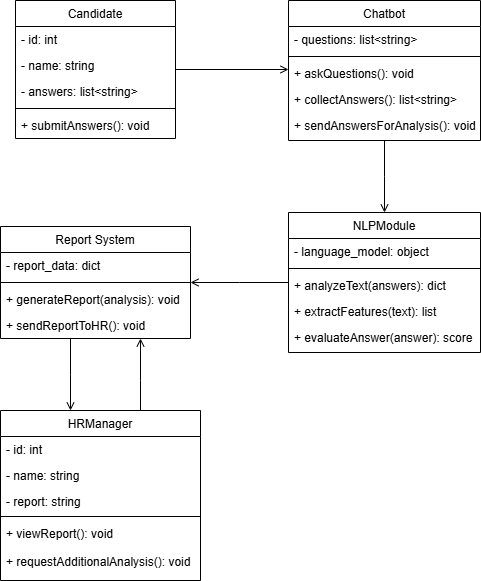
This is Диаграмма классов.drawio.png from Evgeny-Yakovlev73/Diagramms, a draw.io export, as it was before one commit. Source tidied: cells renumbered, new cells last; positions are measured from the earlier drawing's top-left corner, leaving out a move shared by most shapes. Source of this version:
```xml
<mxGraphModel background="#ffffff">
  <root>
    <mxCell id="0" />
    <mxCell id="1" parent="0" />
    <mxCell id="2" value="Candidate" style="swimlane;fontStyle=0;align=center;verticalAlign=top;horizontal=1;startSize=26;rounded=0;shadow=0;strokeWidth=1;" parent="1" vertex="1">
      <mxGeometry x="15" width="160" height="138" as="geometry" />
    </mxCell>
    <mxCell id="3" value="- id: int" style="text;align=left;verticalAlign=top;spacingLeft=4;spacingRight=4;overflow=hidden;" parent="2" vertex="1">
      <mxGeometry y="26" width="160" height="26" as="geometry" />
    </mxCell>
    <mxCell id="4" value="- name: string" style="text;align=left;verticalAlign=top;spacingLeft=4;spacingRight=4;overflow=hidden;rounded=0;shadow=0;html=0;" parent="2" vertex="1">
      <mxGeometry y="52" width="160" height="26" as="geometry" />
    </mxCell>
    <mxCell id="5" value="- answers: list&lt;string&gt;" style="text;align=left;verticalAlign=top;spacingLeft=4;spacingRight=4;overflow=hidden;rounded=0;shadow=0;html=0;" parent="2" vertex="1">
      <mxGeometry y="78" width="160" height="26" as="geometry" />
    </mxCell>
    <mxCell id="6" style="line;html=1;strokeWidth=1;align=left;verticalAlign=middle;spacingTop=-1;spacingLeft=3;spacingRight=3;labelPosition=right;" parent="2" vertex="1">
      <mxGeometry y="104" width="160" height="8" as="geometry" />
    </mxCell>
    <mxCell id="7" value="+ submitAnswers(): void" style="text;align=left;verticalAlign=top;spacingLeft=4;spacingRight=4;overflow=hidden;" parent="2" vertex="1">
      <mxGeometry y="112" width="160" height="26" as="geometry" />
    </mxCell>
    <mxCell id="8" value="Report System" style="swimlane;fontStyle=0;align=center;verticalAlign=top;horizontal=1;startSize=26;rounded=0;shadow=0;strokeWidth=1;" parent="1" vertex="1">
      <mxGeometry y="226" width="190" height="112" as="geometry" />
    </mxCell>
    <mxCell id="9" value="- report_data: dict" style="text;align=left;verticalAlign=top;spacingLeft=4;spacingRight=4;overflow=hidden;" parent="8" vertex="1">
      <mxGeometry y="26" width="190" height="26" as="geometry" />
    </mxCell>
    <mxCell id="10" style="line;html=1;strokeWidth=1;align=left;verticalAlign=middle;spacingTop=-1;spacingLeft=3;spacingRight=3;labelPosition=right;" parent="8" vertex="1">
      <mxGeometry y="52" width="190" height="8" as="geometry" />
    </mxCell>
    <mxCell id="11" value="+ generateReport(analysis): void" style="text;align=left;verticalAlign=top;spacingLeft=4;spacingRight=4;overflow=hidden;fontStyle=0;" parent="8" vertex="1">
      <mxGeometry y="60" width="190" height="26" as="geometry" />
    </mxCell>
    <mxCell id="12" value="+ sendReportToHR(): void" style="text;align=left;verticalAlign=top;spacingLeft=4;spacingRight=4;overflow=hidden;" parent="8" vertex="1">
      <mxGeometry y="86" width="190" height="26" as="geometry" />
    </mxCell>
    <mxCell id="13" value="Chatbot" style="swimlane;fontStyle=0;align=center;verticalAlign=top;horizontal=1;startSize=26;rounded=0;shadow=0;strokeWidth=1;" parent="1" vertex="1">
      <mxGeometry x="288" width="192" height="140" as="geometry" />
    </mxCell>
    <mxCell id="14" value="- questions: list&lt;string&gt;" style="text;align=left;verticalAlign=top;spacingLeft=4;spacingRight=4;overflow=hidden;" parent="13" vertex="1">
      <mxGeometry y="26" width="192" height="26" as="geometry" />
    </mxCell>
    <mxCell id="15" style="line;html=1;strokeWidth=1;align=left;verticalAlign=middle;spacingTop=-1;spacingLeft=3;spacingRight=3;labelPosition=right;" parent="13" vertex="1">
      <mxGeometry y="52" width="192" height="8" as="geometry" />
    </mxCell>
    <mxCell id="16" value="+ askQuestions(): void" style="text;align=left;verticalAlign=top;spacingLeft=4;spacingRight=4;overflow=hidden;" parent="13" vertex="1">
      <mxGeometry y="60" width="192" height="26" as="geometry" />
    </mxCell>
    <mxCell id="17" value="+ collectAnswers(): list&lt;string&gt;" style="text;align=left;verticalAlign=top;spacingLeft=4;spacingRight=4;overflow=hidden;" parent="13" vertex="1">
      <mxGeometry y="86" width="192" height="26" as="geometry" />
    </mxCell>
    <mxCell id="18" value="+ sendAnswersForAnalysis(): void" style="text;align=left;verticalAlign=top;spacingLeft=4;spacingRight=4;overflow=hidden;rounded=0;shadow=0;html=0;" parent="13" vertex="1">
      <mxGeometry y="112" width="192" height="26" as="geometry" />
    </mxCell>
    <mxCell id="19" style="endArrow=open;shadow=0;strokeWidth=1;rounded=0;curved=0;endFill=1;edgeStyle=elbowEdgeStyle;elbow=vertical;" parent="1" edge="1" source="2" target="13">
      <mxGeometry x="0.5" y="41" relative="1" as="geometry">
        <mxPoint x="-40" y="32" as="offset" />
      </mxGeometry>
    </mxCell>
    <mxCell id="20" value="NLPModule" style="swimlane;fontStyle=0;align=center;verticalAlign=top;horizontal=1;startSize=26;rounded=0;shadow=0;strokeWidth=1;" parent="1" vertex="1">
      <mxGeometry x="288" y="212" width="192" height="140" as="geometry" />
    </mxCell>
    <mxCell id="21" value="- language_model: object" style="text;align=left;verticalAlign=top;spacingLeft=4;spacingRight=4;overflow=hidden;" parent="20" vertex="1">
      <mxGeometry y="26" width="192" height="26" as="geometry" />
    </mxCell>
    <mxCell id="22" style="line;html=1;strokeWidth=1;align=left;verticalAlign=middle;spacingTop=-1;spacingLeft=3;spacingRight=3;labelPosition=right;" parent="20" vertex="1">
      <mxGeometry y="52" width="192" height="8" as="geometry" />
    </mxCell>
    <mxCell id="23" value="+ analyzeText(answers): dict" style="text;align=left;verticalAlign=top;spacingLeft=4;spacingRight=4;overflow=hidden;" parent="20" vertex="1">
      <mxGeometry y="60" width="192" height="26" as="geometry" />
    </mxCell>
    <mxCell id="24" value="+ extractFeatures(text): list" style="text;align=left;verticalAlign=top;spacingLeft=4;spacingRight=4;overflow=hidden;" parent="20" vertex="1">
      <mxGeometry y="86" width="192" height="26" as="geometry" />
    </mxCell>
    <mxCell id="25" value="+ evaluateAnswer(answer): score" style="text;align=left;verticalAlign=top;spacingLeft=4;spacingRight=4;overflow=hidden;rounded=0;shadow=0;html=0;" parent="20" vertex="1">
      <mxGeometry y="112" width="192" height="26" as="geometry" />
    </mxCell>
    <mxCell id="26" style="endArrow=open;shadow=0;strokeWidth=1;rounded=0;curved=0;endFill=1;edgeStyle=elbowEdgeStyle;elbow=vertical;exitX=0.5;exitY=1;exitDx=0;exitDy=0;entryX=0.5;entryY=0;entryDx=0;entryDy=0;" parent="1" edge="1" source="13" target="20">
      <mxGeometry x="0.5" y="41" relative="1" as="geometry">
        <mxPoint x="-40" y="32" as="offset" />
      </mxGeometry>
    </mxCell>
    <mxCell id="27" style="endArrow=open;shadow=0;strokeWidth=1;rounded=0;curved=0;endFill=1;edgeStyle=elbowEdgeStyle;elbow=vertical;" parent="1" edge="1" source="20" target="8">
      <mxGeometry x="0.5" y="41" relative="1" as="geometry">
        <mxPoint x="-40" y="32" as="offset" />
      </mxGeometry>
    </mxCell>
    <mxCell id="28" value="HRManager" style="swimlane;fontStyle=0;align=center;verticalAlign=top;horizontal=1;startSize=26;rounded=0;shadow=0;strokeWidth=1;" parent="1" vertex="1">
      <mxGeometry y="410" width="200" height="170" as="geometry" />
    </mxCell>
    <mxCell id="29" value="- id: int" style="text;align=left;verticalAlign=top;spacingLeft=4;spacingRight=4;overflow=hidden;" parent="28" vertex="1">
      <mxGeometry y="26" width="200" height="26" as="geometry" />
    </mxCell>
    <mxCell id="30" value="- name: string" style="text;align=left;verticalAlign=top;spacingLeft=4;spacingRight=4;overflow=hidden;rounded=0;shadow=0;html=0;" parent="28" vertex="1">
      <mxGeometry y="52" width="200" height="26" as="geometry" />
    </mxCell>
    <mxCell id="31" value="- report: string" style="text;align=left;verticalAlign=top;spacingLeft=4;spacingRight=4;overflow=hidden;rounded=0;shadow=0;html=0;" parent="28" vertex="1">
      <mxGeometry y="78" width="200" height="24" as="geometry" />
    </mxCell>
    <mxCell id="32" style="line;html=1;strokeWidth=1;align=left;verticalAlign=middle;spacingTop=-1;spacingLeft=3;spacingRight=3;labelPosition=right;" parent="28" vertex="1">
      <mxGeometry y="102" width="200" height="8" as="geometry" />
    </mxCell>
    <mxCell id="33" value="+ viewReport(): void" style="text;align=left;verticalAlign=top;spacingLeft=4;spacingRight=4;overflow=hidden;" parent="28" vertex="1">
      <mxGeometry y="110" width="200" height="28" as="geometry" />
    </mxCell>
    <mxCell id="34" value="+ requestAdditionalAnalysis(): void" style="text;align=left;verticalAlign=top;spacingLeft=4;spacingRight=4;overflow=hidden;" parent="28" vertex="1">
      <mxGeometry y="138" width="200" height="26" as="geometry" />
    </mxCell>
    <mxCell id="35" style="endArrow=open;shadow=0;strokeWidth=1;rounded=0;curved=0;endFill=1;edgeStyle=elbowEdgeStyle;elbow=vertical;" parent="1" edge="1" source="8" target="28">
      <mxGeometry x="0.5" y="41" relative="1" as="geometry">
        <Array as="points">
          <mxPoint x="70" y="374" />
        </Array>
        <mxPoint x="-40" y="32" as="offset" />
      </mxGeometry>
    </mxCell>
    <mxCell id="36" style="endArrow=open;shadow=0;strokeWidth=1;rounded=0;curved=0;endFill=1;edgeStyle=elbowEdgeStyle;elbow=vertical;" parent="1" edge="1" source="28" target="8">
      <mxGeometry x="0.5" y="41" relative="1" as="geometry">
        <Array as="points">
          <mxPoint x="140" y="380" />
        </Array>
        <mxPoint x="-40" y="32" as="offset" />
      </mxGeometry>
    </mxCell>
  </root>
</mxGraphModel>
```
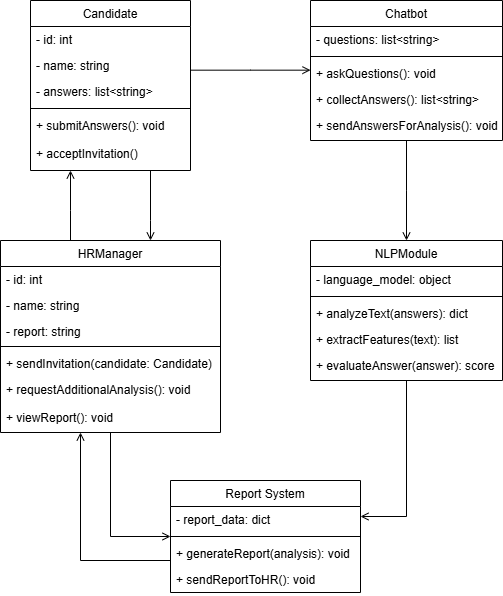
After the commit.

Change to the diagram source:
```diff
@@ -3,7 +3,7 @@
     <mxCell id="0" />
     <mxCell id="1" parent="0" />
     <mxCell id="2" value="Candidate" style="swimlane;fontStyle=0;align=center;verticalAlign=top;horizontal=1;startSize=26;rounded=0;shadow=0;strokeWidth=1;" parent="1" vertex="1">
-      <mxGeometry x="15" width="160" height="138" as="geometry" />
+      <mxGeometry x="26" width="160" height="170" as="geometry" />
     </mxCell>
     <mxCell id="3" value="- id: int" style="text;align=left;verticalAlign=top;spacingLeft=4;spacingRight=4;overflow=hidden;" parent="2" vertex="1">
       <mxGeometry y="26" width="160" height="26" as="geometry" />
@@ -18,10 +18,13 @@
       <mxGeometry y="104" width="160" height="8" as="geometry" />
     </mxCell>
     <mxCell id="7" value="+ submitAnswers(): void" style="text;align=left;verticalAlign=top;spacingLeft=4;spacingRight=4;overflow=hidden;" parent="2" vertex="1">
-      <mxGeometry y="112" width="160" height="26" as="geometry" />
+      <mxGeometry y="112" width="160" height="28" as="geometry" />
     </mxCell>
+    <mxCell id="37" value="+ acceptInvitation()" style="text;align=left;verticalAlign=top;spacingLeft=4;spacingRight=4;overflow=hidden;" parent="2" vertex="1">
+      <mxGeometry y="140" width="160" height="28" as="geometry" />
+    </mxCell>
     <mxCell id="8" value="Report System" style="swimlane;fontStyle=0;align=center;verticalAlign=top;horizontal=1;startSize=26;rounded=0;shadow=0;strokeWidth=1;" parent="1" vertex="1">
-      <mxGeometry y="226" width="190" height="112" as="geometry" />
+      <mxGeometry x="166" y="480" width="190" height="112" as="geometry" />
     </mxCell>
     <mxCell id="9" value="- report_data: dict" style="text;align=left;verticalAlign=top;spacingLeft=4;spacingRight=4;overflow=hidden;" parent="8" vertex="1">
       <mxGeometry y="26" width="190" height="26" as="geometry" />
@@ -36,7 +39,7 @@
       <mxGeometry y="86" width="190" height="26" as="geometry" />
     </mxCell>
     <mxCell id="13" value="Chatbot" style="swimlane;fontStyle=0;align=center;verticalAlign=top;horizontal=1;startSize=26;rounded=0;shadow=0;strokeWidth=1;" parent="1" vertex="1">
-      <mxGeometry x="288" width="192" height="140" as="geometry" />
+      <mxGeometry x="306" width="192" height="140" as="geometry" />
     </mxCell>
     <mxCell id="14" value="- questions: list&lt;string&gt;" style="text;align=left;verticalAlign=top;spacingLeft=4;spacingRight=4;overflow=hidden;" parent="13" vertex="1">
       <mxGeometry y="26" width="192" height="26" as="geometry" />
@@ -59,7 +62,7 @@
       </mxGeometry>
     </mxCell>
     <mxCell id="20" value="NLPModule" style="swimlane;fontStyle=0;align=center;verticalAlign=top;horizontal=1;startSize=26;rounded=0;shadow=0;strokeWidth=1;" parent="1" vertex="1">
-      <mxGeometry x="288" y="212" width="192" height="140" as="geometry" />
+      <mxGeometry x="306" y="240" width="192" height="140" as="geometry" />
     </mxCell>
     <mxCell id="21" value="- language_model: object" style="text;align=left;verticalAlign=top;spacingLeft=4;spacingRight=4;overflow=hidden;" parent="20" vertex="1">
       <mxGeometry y="26" width="192" height="26" as="geometry" />
@@ -81,47 +84,69 @@
         <mxPoint x="-40" y="32" as="offset" />
       </mxGeometry>
     </mxCell>
-    <mxCell id="27" style="endArrow=open;shadow=0;strokeWidth=1;rounded=0;curved=0;endFill=1;edgeStyle=elbowEdgeStyle;elbow=vertical;" parent="1" edge="1" source="20" target="8">
+    <mxCell id="27" style="endArrow=open;shadow=0;strokeWidth=1;rounded=0;curved=0;endFill=1;edgeStyle=elbowEdgeStyle;elbow=vertical;exitX=0.5;exitY=1;exitDx=0;exitDy=0;" parent="1" edge="1" source="20" target="8">
       <mxGeometry x="0.5" y="41" relative="1" as="geometry">
+        <Array as="points">
+          <mxPoint x="396" y="516" />
+        </Array>
         <mxPoint x="-40" y="32" as="offset" />
       </mxGeometry>
     </mxCell>
     <mxCell id="28" value="HRManager" style="swimlane;fontStyle=0;align=center;verticalAlign=top;horizontal=1;startSize=26;rounded=0;shadow=0;strokeWidth=1;" parent="1" vertex="1">
-      <mxGeometry y="410" width="200" height="170" as="geometry" />
+      <mxGeometry x="-4" y="240" width="220" height="192" as="geometry" />
     </mxCell>
     <mxCell id="29" value="- id: int" style="text;align=left;verticalAlign=top;spacingLeft=4;spacingRight=4;overflow=hidden;" parent="28" vertex="1">
-      <mxGeometry y="26" width="200" height="26" as="geometry" />
+      <mxGeometry y="26" width="220" height="26" as="geometry" />
     </mxCell>
     <mxCell id="30" value="- name: string" style="text;align=left;verticalAlign=top;spacingLeft=4;spacingRight=4;overflow=hidden;rounded=0;shadow=0;html=0;" parent="28" vertex="1">
-      <mxGeometry y="52" width="200" height="26" as="geometry" />
+      <mxGeometry y="52" width="220" height="26" as="geometry" />
     </mxCell>
     <mxCell id="31" value="- report: string" style="text;align=left;verticalAlign=top;spacingLeft=4;spacingRight=4;overflow=hidden;rounded=0;shadow=0;html=0;" parent="28" vertex="1">
-      <mxGeometry y="78" width="200" height="24" as="geometry" />
+      <mxGeometry y="78" width="220" height="24" as="geometry" />
     </mxCell>
     <mxCell id="32" style="line;html=1;strokeWidth=1;align=left;verticalAlign=middle;spacingTop=-1;spacingLeft=3;spacingRight=3;labelPosition=right;" parent="28" vertex="1">
-      <mxGeometry y="102" width="200" height="8" as="geometry" />
+      <mxGeometry y="102" width="220" height="8" as="geometry" />
     </mxCell>
+    <mxCell id="34" value="+ sendInvitation(candidate: Candidate)" style="text;align=left;verticalAlign=top;spacingLeft=4;spacingRight=4;overflow=hidden;" parent="28" vertex="1">
+      <mxGeometry y="110" width="220" height="26" as="geometry" />
+    </mxCell>
-    <mxCell id="33" value="+ viewReport(): void" style="text;align=left;verticalAlign=top;spacingLeft=4;spacingRight=4;overflow=hidden;" parent="28" vertex="1">
-      <mxGeometry y="110" width="200" height="28" as="geometry" />
+    <mxCell id="33" value="+ requestAdditionalAnalysis(): void" style="text;align=left;verticalAlign=top;spacingLeft=4;spacingRight=4;overflow=hidden;" parent="28" vertex="1">
+      <mxGeometry y="136" width="220" height="28" as="geometry" />
     </mxCell>
-    <mxCell id="34" value="+ requestAdditionalAnalysis(): void" style="text;align=left;verticalAlign=top;spacingLeft=4;spacingRight=4;overflow=hidden;" parent="28" vertex="1">
-      <mxGeometry y="138" width="200" height="26" as="geometry" />
-    </mxCell>
+    <mxCell id="38" value="+ viewReport(): void" style="text;align=left;verticalAlign=top;spacingLeft=4;spacingRight=4;overflow=hidden;" parent="28" vertex="1">
+      <mxGeometry y="164" width="220" height="28" as="geometry" />
+    </mxCell>
+    <mxCell id="39" style="endArrow=open;shadow=0;strokeWidth=1;rounded=0;curved=0;endFill=1;edgeStyle=elbowEdgeStyle;elbow=vertical;" parent="1" edge="1" source="28" target="2">
+      <mxGeometry x="0.5" y="41" relative="1" as="geometry">
+        <Array as="points">
+          <mxPoint x="66" y="210" />
+        </Array>
+        <mxPoint x="-40" y="32" as="offset" />
+      </mxGeometry>
+    </mxCell>
+    <mxCell id="40" style="endArrow=open;shadow=0;strokeWidth=1;rounded=0;curved=0;endFill=1;edgeStyle=elbowEdgeStyle;elbow=vertical;" parent="1" edge="1" source="2" target="28">
+      <mxGeometry x="0.5" y="41" relative="1" as="geometry">
+        <Array as="points">
+          <mxPoint x="146" y="220" />
+        </Array>
+        <mxPoint x="-40" y="32" as="offset" />
+      </mxGeometry>
+    </mxCell>
+    <mxCell id="36" style="endArrow=open;shadow=0;strokeWidth=1;rounded=0;curved=0;endFill=1;edgeStyle=elbowEdgeStyle;elbow=vertical;" parent="1" edge="1" source="28" target="8">
+      <mxGeometry x="0.5" y="41" relative="1" as="geometry">
+        <Array as="points">
+          <mxPoint x="106" y="536" />
+        </Array>
+        <mxPoint x="-40" y="32" as="offset" />
+      </mxGeometry>
+    </mxCell>
     <mxCell id="35" style="endArrow=open;shadow=0;strokeWidth=1;rounded=0;curved=0;endFill=1;edgeStyle=elbowEdgeStyle;elbow=vertical;" parent="1" edge="1" source="8" target="28">
       <mxGeometry x="0.5" y="41" relative="1" as="geometry">
         <Array as="points">
-          <mxPoint x="70" y="374" />
+          <mxPoint x="76" y="560" />
         </Array>
         <mxPoint x="-40" y="32" as="offset" />
       </mxGeometry>
     </mxCell>
-    <mxCell id="36" style="endArrow=open;shadow=0;strokeWidth=1;rounded=0;curved=0;endFill=1;edgeStyle=elbowEdgeStyle;elbow=vertical;" parent="1" edge="1" source="28" target="8">
-      <mxGeometry x="0.5" y="41" relative="1" as="geometry">
-        <Array as="points">
-          <mxPoint x="140" y="380" />
-        </Array>
-        <mxPoint x="-40" y="32" as="offset" />
-      </mxGeometry>
-    </mxCell>
   </root>
 </mxGraphModel>
```
